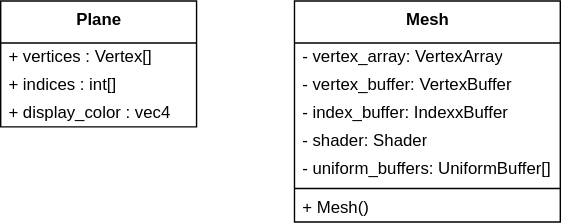
This is docs/meshes/primitives.drawio.svg from wolfel1/Raytracy, a draw.io export, as it was before one commit. Source tidied: cells renumbered, new cells last; positions are measured from the earlier drawing's top-left corner, leaving out a move shared by most shapes.
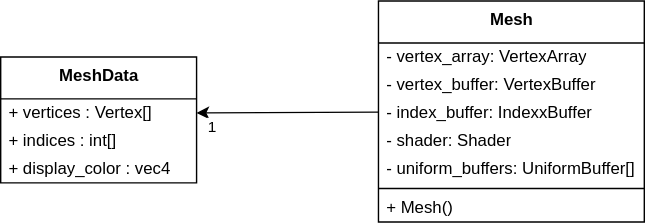
Above is the later version.

Diff of the diagram source:
```diff
@@ -2,8 +2,8 @@
   <root>
     <mxCell id="0" />
     <mxCell id="1" parent="0" />
-    <mxCell id="2" value="&lt;b&gt;Plane&lt;/b&gt;" style="swimlane;fontStyle=0;align=center;verticalAlign=top;horizontal=1;startSize=30;html=1;" parent="1" vertex="1">
-      <mxGeometry width="140" height="90" as="geometry" />
+    <mxCell id="2" value="&lt;b&gt;MeshData&lt;/b&gt;" style="swimlane;fontStyle=0;align=center;verticalAlign=top;horizontal=1;startSize=30;html=1;" parent="1" vertex="1">
+      <mxGeometry x="-60" y="40" width="140" height="90" as="geometry" />
     </mxCell>
     <mxCell id="3" value="+ vertices : Vertex[]" style="text;html=1;strokeColor=none;fillColor=none;align=left;verticalAlign=middle;spacingLeft=4;spacingRight=4;overflow=hidden;points=[[0,0.5],[1,0.5]];portConstraint=eastwest;" parent="2" vertex="1">
       <mxGeometry y="30" width="140" height="20" as="geometry" />
@@ -14,6 +14,14 @@
     <mxCell id="5" value="+ display_color : vec4" style="text;html=1;strokeColor=none;fillColor=none;align=left;verticalAlign=middle;spacingLeft=4;spacingRight=4;overflow=hidden;" parent="2" vertex="1">
       <mxGeometry y="70" width="140" height="20" as="geometry" />
     </mxCell>
+    <mxCell id="14" style="edgeStyle=none;html=1;entryX=1;entryY=0.5;entryDx=0;entryDy=0;" parent="1" edge="1" source="6" target="3">
+      <mxGeometry relative="1" as="geometry" />
+    </mxCell>
+    <mxCell id="15" value="1" style="edgeLabel;html=1;align=center;verticalAlign=middle;" parent="14" vertex="1">
+      <mxGeometry x="-0.38" y="1" relative="1" as="geometry">
+        <mxPoint x="-80" y="9" as="offset" />
+      </mxGeometry>
+    </mxCell>
     <mxCell id="6" value="&lt;b&gt;Mesh&lt;/b&gt;" style="swimlane;fontStyle=0;align=center;verticalAlign=top;horizontal=1;startSize=30;html=1;" parent="1" vertex="1">
       <mxGeometry x="210" width="190" height="158" as="geometry" />
     </mxCell>
```
